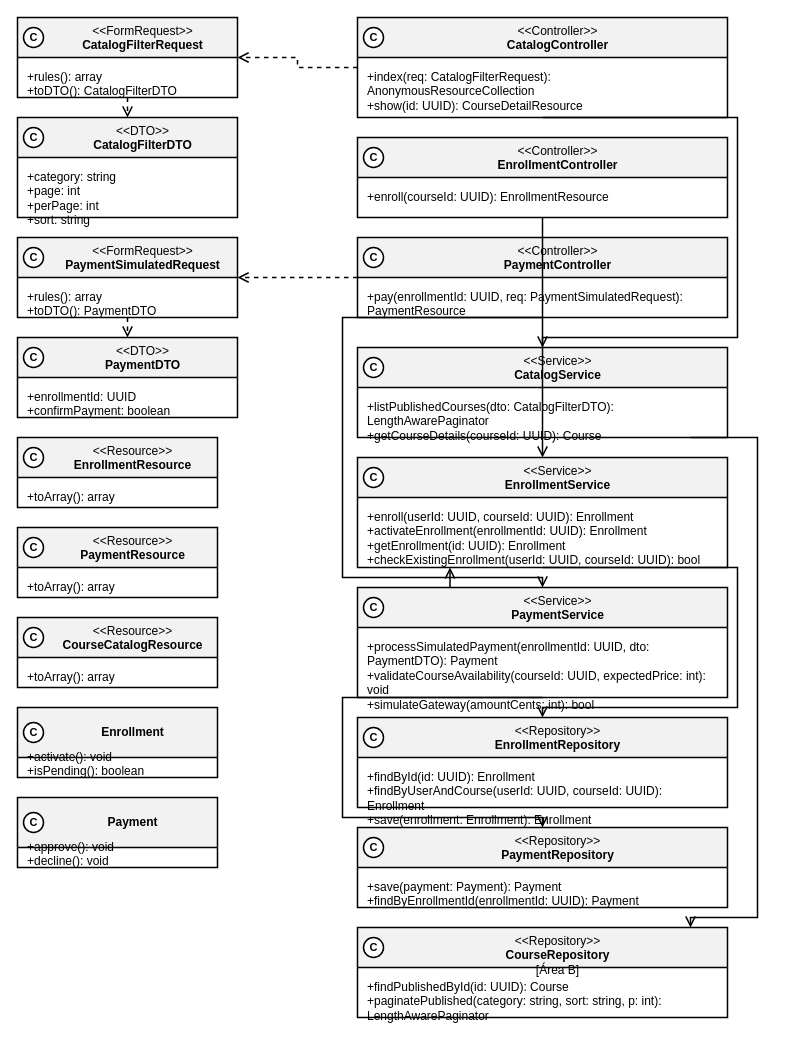
The draw.io diagram especificacao/diagramas/13-classes-area-c-implementacao-matricula.drawio in Plataforma-de-Cursos-TCC/plataforma-cursos-docs, before the edit. Source tidied: cells renumbered, new cells numbered last; positions are measured from the earlier drawing's top-left corner, leaving out a move shared by most shapes. Both pictures are drawn from the tidied source at 100%, with x=0, y=0 at pixel (17, 17).
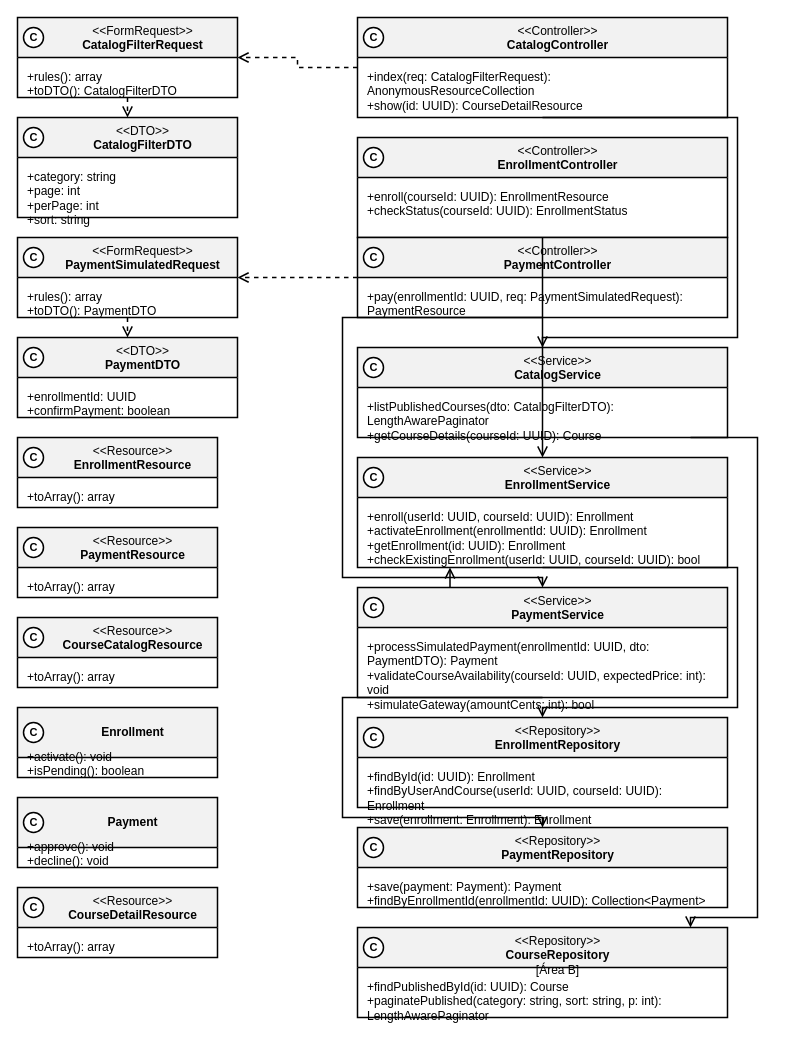
The same page after the edit.

Commit message (it also covers changes not shown here):
fix(diagrama-de-classes): align Area C class diagrams with sequences and model

The change refers to these unchanged cells:
```xml
<mxCell id="34" value="&amp;lt;&amp;lt;Repository&amp;gt;&amp;gt;&lt;br&gt;&lt;b&gt;PaymentRepository&lt;/b&gt;" style="swimlane;html=1;fontStyle=0;align=center;verticalAlign=top;startSize=40;fillColor=#F2F2F2;swimlaneFillColor=#FFFFFF;strokeColor=#000000;strokeWidth=1.5;fontFamily=Helvetica;fontSize=12;fontColor=#000000;rounded=0;spacingLeft=30;" parent="1" vertex="1">
  <mxGeometry x="340" y="810" width="370" height="80" as="geometry" />
</mxCell>
```

Change to the diagram source:
```diff
@@
     <mxCell id="22" value="&amp;lt;&amp;lt;Controller&amp;gt;&amp;gt;&lt;br&gt;&lt;b&gt;EnrollmentController&lt;/b&gt;" style="swimlane;html=1;fontStyle=0;align=center;verticalAlign=top;startSize=40;fillColor=#F2F2F2;swimlaneFillColor=#FFFFFF;strokeColor=#000000;strokeWidth=1.5;fontFamily=Helvetica;fontSize=12;fontColor=#000000;rounded=0;spacingLeft=30;" parent="1" vertex="1">
-      <mxGeometry x="340" y="120" width="370" height="80" as="geometry" />
+      <mxGeometry x="340" y="120" width="370" height="100" as="geometry" />
     </mxCell>
-    <mxCell id="23" value="+enroll(courseId: UUID): EnrollmentResource" style="text;html=1;align=left;verticalAlign=top;spacingLeft=8;spacingRight=8;spacingTop=6;fontSize=12;fontFamily=Helvetica;fontColor=#000000;strokeColor=none;fillColor=none;whiteSpace=wrap;" parent="22" vertex="1">
-      <mxGeometry y="40" width="370" height="40" as="geometry" />
+    <mxCell id="23" value="+enroll(courseId: UUID): EnrollmentResource&lt;br&gt;+checkStatus(courseId: UUID): EnrollmentStatus" style="text;html=1;align=left;verticalAlign=top;spacingLeft=8;spacingRight=8;spacingTop=6;fontSize=12;fontFamily=Helvetica;fontColor=#000000;strokeColor=none;fillColor=none;whiteSpace=wrap;" parent="22" vertex="1">
+      <mxGeometry y="40" width="370" height="60" as="geometry" />
     </mxCell>
@@
-    <mxCell id="35" value="+save(payment: Payment): Payment&lt;br&gt;+findByEnrollmentId(enrollmentId: UUID): Payment" style="text;html=1;align=left;verticalAlign=top;spacingLeft=8;spacingRight=8;spacingTop=6;fontSize=12;fontFamily=Helvetica;fontColor=#000000;strokeColor=none;fillColor=none;whiteSpace=wrap;" parent="34" vertex="1">
+    <mxCell id="35" value="+save(payment: Payment): Payment&lt;br&gt;+findByEnrollmentId(enrollmentId: UUID): Collection&amp;lt;Payment&amp;gt;" style="text;html=1;align=left;verticalAlign=top;spacingLeft=8;spacingRight=8;spacingTop=6;fontSize=12;fontFamily=Helvetica;fontColor=#000000;strokeColor=none;fillColor=none;whiteSpace=wrap;" parent="34" vertex="1">
       <mxGeometry y="40" width="370" height="40" as="geometry" />
     </mxCell>
@@
+    <mxCell id="67" value="&amp;lt;&amp;lt;Resource&amp;gt;&amp;gt;&lt;br&gt;&lt;b&gt;CourseDetailResource&lt;/b&gt;" style="swimlane;html=1;fontStyle=0;align=center;verticalAlign=top;startSize=40;fillColor=#F2F2F2;swimlaneFillColor=#FFFFFF;strokeColor=#000000;strokeWidth=1.5;fontFamily=Helvetica;fontSize=12;fontColor=#000000;rounded=0;spacingLeft=30;" parent="1" vertex="1">
+      <mxGeometry y="870" width="200" height="70" as="geometry" />
+    </mxCell>
+    <mxCell id="68" value="+toArray(): array" style="text;html=1;align=left;verticalAlign=top;spacingLeft=8;spacingRight=8;spacingTop=6;fontSize=12;fontFamily=Helvetica;fontColor=#000000;strokeColor=none;fillColor=none;whiteSpace=wrap;" parent="67" vertex="1">
+      <mxGeometry y="40" width="200" height="30" as="geometry" />
+    </mxCell>
@@
+    <mxCell id="69" value="C" style="ellipse;html=1;fillColor=#FFFFFF;strokeColor=#000000;strokeWidth=1.5;fontFamily=Helvetica;fontSize=11;fontStyle=1;fontColor=#000000;" parent="1" vertex="1">
+      <mxGeometry x="6" y="880" width="20" height="20" as="geometry" />
+    </mxCell>
```
